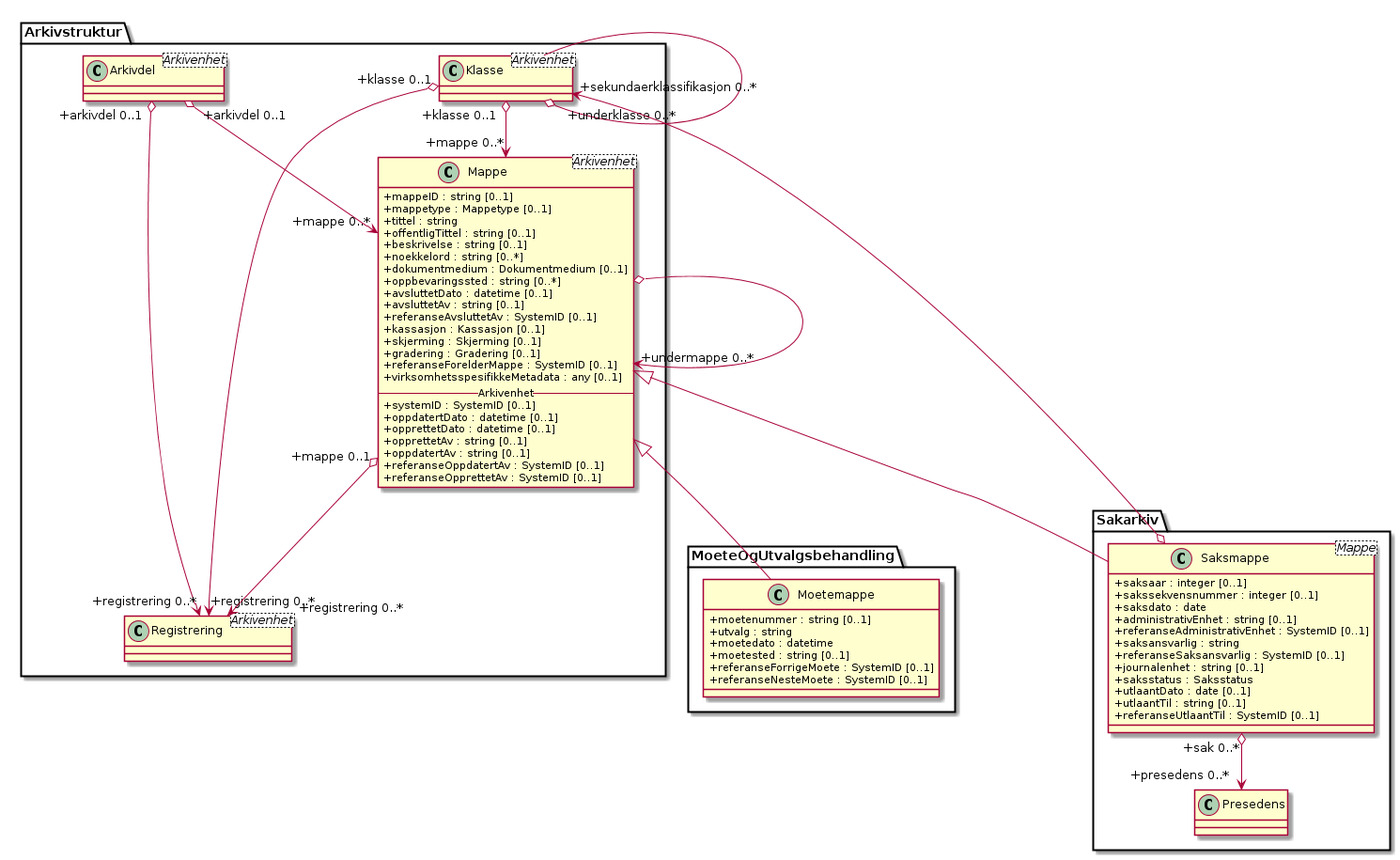
This is kapitler/media/uml-arkivstruktur-mappe-til-saksmappe.png from arkivverket/noark5-tjenestegrensesnitt-standard, a PlantUML export, as it was before one commit.
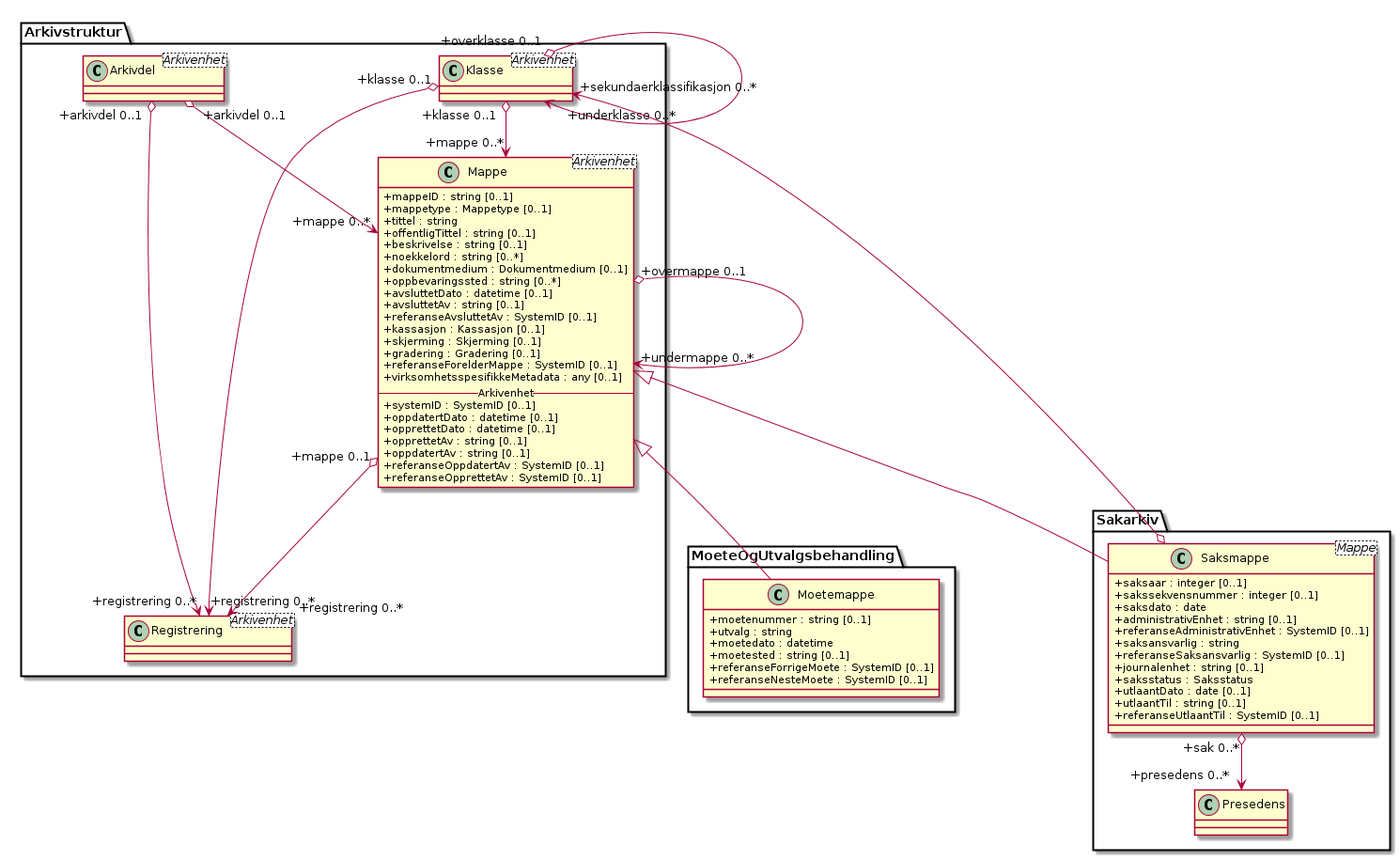
Later version of the same file.

What changed in the source:
```diff
@@ -57,12 +57,12 @@
 }
 
 Arkivstruktur.Arkivdel "+arkivdel 0..1" o--> "+registrering 0..*" Arkivstruktur.Registrering
-Arkivstruktur.Klasse --o "+underklasse 0..*" Arkivstruktur.Klasse
+Arkivstruktur.Klasse "+overklasse 0..1" o--> "+underklasse 0..*" Arkivstruktur.Klasse
 Arkivstruktur.Klasse "+klasse 0..1" o--> "+registrering 0..*" Arkivstruktur.Registrering
 Arkivstruktur.Arkivdel "+arkivdel 0..1" o--> "+mappe 0..*" Arkivstruktur.Mappe
 Arkivstruktur.Klasse "+klasse 0..1" o--> "+mappe 0..*" Arkivstruktur.Mappe
 Arkivstruktur.Klasse "+sekundaerklassifikasjon 0..*" <--o Sakarkiv.Saksmappe
-Arkivstruktur.Mappe o--> "+undermappe 0..*" Arkivstruktur.Mappe
+Arkivstruktur.Mappe "+overmappe 0..1" o--> "+undermappe 0..*" Arkivstruktur.Mappe
 Arkivstruktur.Mappe "+mappe 0..1" o--> "+registrering 0..*" Arkivstruktur.Registrering
 Sakarkiv.Saksmappe "+sak 0..*" o--> "+presedens 0..*" Sakarkiv.Presedens
 Arkivstruktur.Mappe <|-- Sakarkiv.Saksmappe
```
